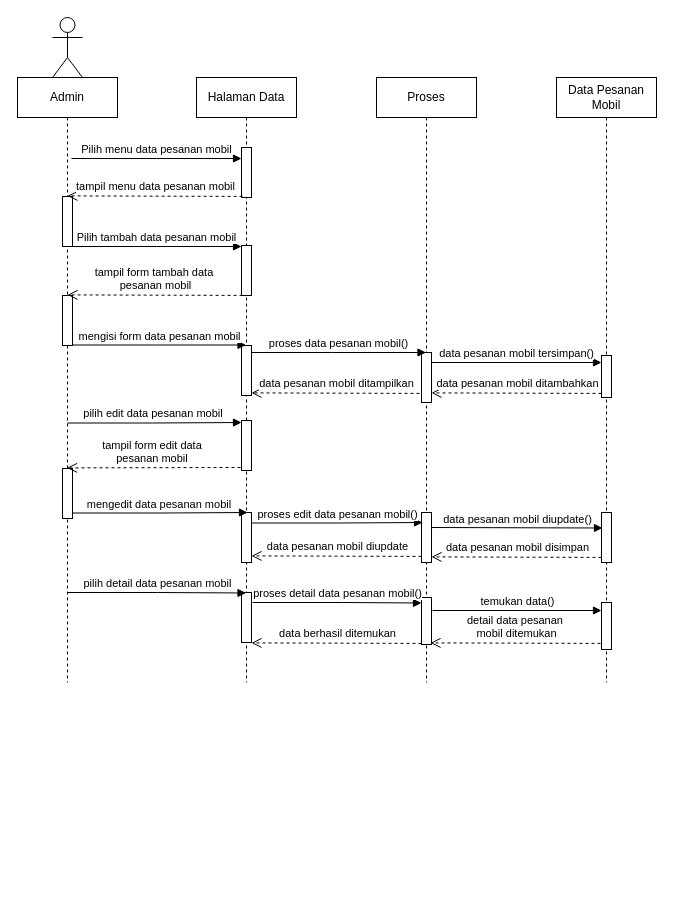
The draw.io diagram page "Mengelola Data Pesanan Mobil" (7 of 8) of Sequence.drawio in AstinaWahyuni/Proyek, before the edit. Source tidied: cells renumbered, new cells numbered last; positions are measured from the earlier drawing's top-left corner, leaving out a move shared by most shapes. Both pictures are drawn from the tidied source at 100%, with x=0, y=0 at pixel (17, 17).
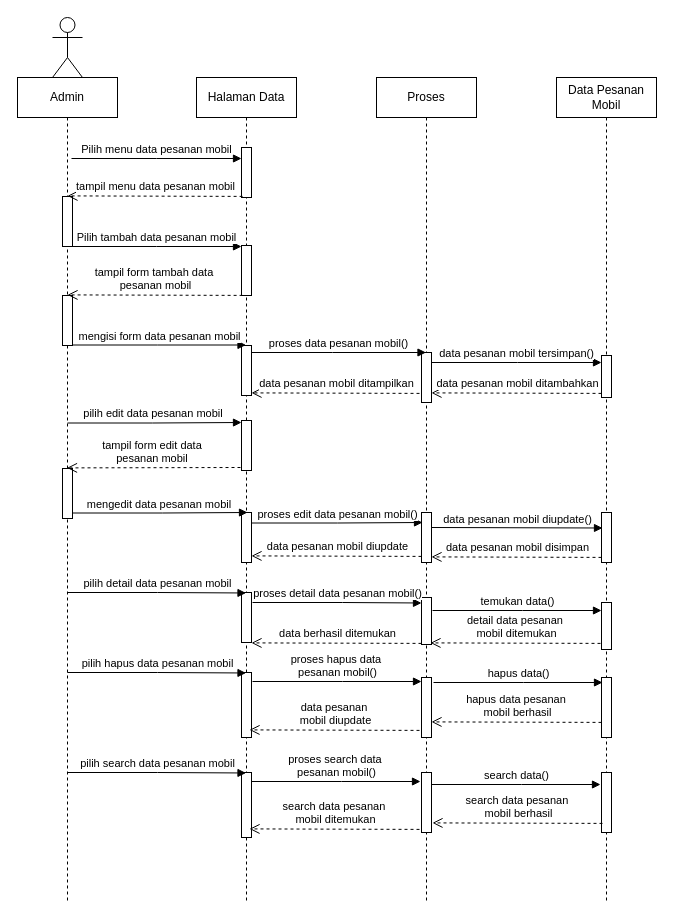
After the change.

Change to the diagram source:
```diff
@@
     <mxCell id="2" value="Halaman Data" style="shape=umlLifeline;perimeter=lifelinePerimeter;whiteSpace=wrap;html=1;outlineConnect=0;portConstraint=eastwest;newEdgeStyle={&quot;edgeStyle&quot;:&quot;elbowEdgeStyle&quot;,&quot;elbow&quot;:&quot;vertical&quot;,&quot;curved&quot;:0,&quot;rounded&quot;:0};" parent="1" vertex="1">
-      <mxGeometry x="179" y="60" width="100" height="605" as="geometry" />
+      <mxGeometry x="179" y="60" width="100" height="825" as="geometry" />
     </mxCell>
@@
+    <mxCell id="43" style="html=1;perimeter=orthogonalPerimeter;targetShapes=umlLifeline;newEdgeStyle={&quot;edgeStyle&quot;:&quot;elbowEdgeStyle&quot;,&quot;elbow&quot;:&quot;vertical&quot;,&quot;curved&quot;:0,&quot;rounded&quot;:0};" parent="2" vertex="1">
+      <mxGeometry x="45" y="595" width="10" height="65" as="geometry" />
+    </mxCell>
+    <mxCell id="44" style="html=1;perimeter=orthogonalPerimeter;targetShapes=umlLifeline;newEdgeStyle={&quot;edgeStyle&quot;:&quot;elbowEdgeStyle&quot;,&quot;elbow&quot;:&quot;vertical&quot;,&quot;curved&quot;:0,&quot;rounded&quot;:0};" parent="2" vertex="1">
+      <mxGeometry x="45" y="695" width="10" height="65" as="geometry" />
+    </mxCell>
     <mxCell id="9" value="Proses" style="shape=umlLifeline;perimeter=lifelinePerimeter;whiteSpace=wrap;html=1;outlineConnect=0;portConstraint=eastwest;newEdgeStyle={&quot;edgeStyle&quot;:&quot;elbowEdgeStyle&quot;,&quot;elbow&quot;:&quot;vertical&quot;,&quot;curved&quot;:0,&quot;rounded&quot;:0};" parent="1" vertex="1">
-      <mxGeometry x="359" y="60" width="100" height="605" as="geometry" />
+      <mxGeometry x="359" y="60" width="100" height="825" as="geometry" />
     </mxCell>
@@
+    <mxCell id="45" style="html=1;perimeter=orthogonalPerimeter;targetShapes=umlLifeline;newEdgeStyle={&quot;edgeStyle&quot;:&quot;elbowEdgeStyle&quot;,&quot;elbow&quot;:&quot;vertical&quot;,&quot;curved&quot;:0,&quot;rounded&quot;:0};" parent="9" vertex="1">
+      <mxGeometry x="45" y="600" width="10" height="60" as="geometry" />
+    </mxCell>
+    <mxCell id="46" style="html=1;perimeter=orthogonalPerimeter;targetShapes=umlLifeline;newEdgeStyle={&quot;edgeStyle&quot;:&quot;elbowEdgeStyle&quot;,&quot;elbow&quot;:&quot;vertical&quot;,&quot;curved&quot;:0,&quot;rounded&quot;:0};" parent="9" vertex="1">
+      <mxGeometry x="45" y="695" width="10" height="60" as="geometry" />
+    </mxCell>
     <mxCell id="13" value="Data Pesanan Mobil" style="shape=umlLifeline;perimeter=lifelinePerimeter;whiteSpace=wrap;html=1;newEdgeStyle={&quot;edgeStyle&quot;:&quot;elbowEdgeStyle&quot;,&quot;elbow&quot;:&quot;vertical&quot;,&quot;curved&quot;:0,&quot;rounded&quot;:0};" parent="1" vertex="1">
-      <mxGeometry x="539" y="60" width="100" height="605" as="geometry" />
+      <mxGeometry x="539" y="60" width="100" height="825" as="geometry" />
     </mxCell>
@@
+    <mxCell id="47" style="html=1;perimeter=orthogonalPerimeter;targetShapes=umlLifeline;newEdgeStyle={&quot;edgeStyle&quot;:&quot;elbowEdgeStyle&quot;,&quot;elbow&quot;:&quot;vertical&quot;,&quot;curved&quot;:0,&quot;rounded&quot;:0};" parent="13" vertex="1">
+      <mxGeometry x="45" y="600" width="10" height="60" as="geometry" />
+    </mxCell>
+    <mxCell id="48" style="html=1;perimeter=orthogonalPerimeter;targetShapes=umlLifeline;newEdgeStyle={&quot;edgeStyle&quot;:&quot;elbowEdgeStyle&quot;,&quot;elbow&quot;:&quot;vertical&quot;,&quot;curved&quot;:0,&quot;rounded&quot;:0};" parent="13" vertex="1">
+      <mxGeometry x="45" y="695" width="10" height="60" as="geometry" />
+    </mxCell>
@@
     <mxCell id="18" value="Admin" style="shape=umlLifeline;perimeter=lifelinePerimeter;whiteSpace=wrap;html=1;outlineConnect=0;portConstraint=eastwest;newEdgeStyle={&quot;edgeStyle&quot;:&quot;elbowEdgeStyle&quot;,&quot;elbow&quot;:&quot;vertical&quot;,&quot;curved&quot;:0,&quot;rounded&quot;:0};" parent="1" vertex="1">
-      <mxGeometry y="60" width="100" height="605" as="geometry" />
+      <mxGeometry y="60" width="100" height="825" as="geometry" />
     </mxCell>
@@
+    <mxCell id="49" value="pilih hapus data pesanan mobil" style="html=1;verticalAlign=bottom;endArrow=block;edgeStyle=elbowEdgeStyle;elbow=horizontal;curved=0;rounded=0;" parent="1" edge="1">
+      <mxGeometry relative="1" as="geometry">
+        <mxPoint x="50" y="655" as="sourcePoint" />
+        <mxPoint x="228.5" y="655.5" as="targetPoint" />
+        <Array as="points">
+          <mxPoint x="140" y="655.5" />
+        </Array>
+      </mxGeometry>
+    </mxCell>
+    <mxCell id="50" value="proses hapus data&amp;nbsp;&lt;div&gt;pesanan&amp;nbsp;mobil()&lt;/div&gt;" style="html=1;verticalAlign=bottom;endArrow=block;edgeStyle=elbowEdgeStyle;elbow=horizontal;curved=0;rounded=0;" parent="1" edge="1">
+      <mxGeometry relative="1" as="geometry">
+        <mxPoint x="235" y="664" as="sourcePoint" />
+        <mxPoint x="404" y="664" as="targetPoint" />
+        <Array as="points">
+          <mxPoint x="325" y="664.5" />
+        </Array>
+      </mxGeometry>
+    </mxCell>
+    <mxCell id="51" value="hapus data()" style="html=1;verticalAlign=bottom;endArrow=block;edgeStyle=elbowEdgeStyle;elbow=horizontal;curved=0;rounded=0;" parent="1" edge="1">
+      <mxGeometry relative="1" as="geometry">
+        <mxPoint x="416" y="665" as="sourcePoint" />
+        <mxPoint x="585" y="665" as="targetPoint" />
+        <Array as="points">
+          <mxPoint x="506" y="665.5" />
+        </Array>
+      </mxGeometry>
+    </mxCell>
+    <mxCell id="52" value="hapus data pesanan&amp;nbsp;&lt;div&gt;mobil&amp;nbsp;berhasil&lt;/div&gt;" style="html=1;verticalAlign=bottom;endArrow=open;dashed=1;endSize=8;edgeStyle=elbowEdgeStyle;elbow=vertical;curved=0;rounded=0;" parent="1" edge="1">
+      <mxGeometry relative="1" as="geometry">
+        <mxPoint x="584" y="704.9" as="sourcePoint" />
+        <mxPoint x="414" y="704" as="targetPoint" />
+        <Array as="points">
+          <mxPoint x="602" y="704.4" />
+        </Array>
+      </mxGeometry>
+    </mxCell>
+    <mxCell id="53" value="data pesanan&amp;nbsp;&lt;div&gt;mobil&amp;nbsp;diupdate&lt;/div&gt;" style="html=1;verticalAlign=bottom;endArrow=open;dashed=1;endSize=8;edgeStyle=elbowEdgeStyle;elbow=vertical;curved=0;rounded=0;" parent="1" edge="1">
+      <mxGeometry relative="1" as="geometry">
+        <mxPoint x="402" y="712.9" as="sourcePoint" />
+        <mxPoint x="232" y="712" as="targetPoint" />
+        <Array as="points">
+          <mxPoint x="420" y="712.4" />
+        </Array>
+      </mxGeometry>
+    </mxCell>
+    <mxCell id="54" value="pilih search data pesanan mobil" style="html=1;verticalAlign=bottom;endArrow=block;edgeStyle=elbowEdgeStyle;elbow=horizontal;curved=0;rounded=0;" parent="1" edge="1">
+      <mxGeometry relative="1" as="geometry">
+        <mxPoint x="50" y="755" as="sourcePoint" />
+        <mxPoint x="228.5" y="755.5" as="targetPoint" />
+        <Array as="points">
+          <mxPoint x="140" y="755.5" />
+        </Array>
+      </mxGeometry>
+    </mxCell>
+    <mxCell id="55" value="proses search&amp;nbsp;data&amp;nbsp;&lt;div&gt;pesanan&amp;nbsp;mobil()&lt;/div&gt;" style="html=1;verticalAlign=bottom;endArrow=block;edgeStyle=elbowEdgeStyle;elbow=horizontal;curved=0;rounded=0;" parent="1" edge="1">
+      <mxGeometry relative="1" as="geometry">
+        <mxPoint x="234" y="764" as="sourcePoint" />
+        <mxPoint x="403" y="764" as="targetPoint" />
+        <Array as="points">
+          <mxPoint x="324" y="764.5" />
+        </Array>
+      </mxGeometry>
+    </mxCell>
+    <mxCell id="56" value="search&amp;nbsp;data pesanan&amp;nbsp;&lt;div&gt;mobil&amp;nbsp;ditemukan&lt;/div&gt;" style="html=1;verticalAlign=bottom;endArrow=open;dashed=1;endSize=8;edgeStyle=elbowEdgeStyle;elbow=vertical;curved=0;rounded=0;" parent="1" edge="1">
+      <mxGeometry relative="1" as="geometry">
+        <mxPoint x="402" y="811.9" as="sourcePoint" />
+        <mxPoint x="232" y="811" as="targetPoint" />
+        <Array as="points">
+          <mxPoint x="420" y="811.4" />
+        </Array>
+      </mxGeometry>
+    </mxCell>
+    <mxCell id="57" value="search&amp;nbsp;data()" style="html=1;verticalAlign=bottom;endArrow=block;edgeStyle=elbowEdgeStyle;elbow=horizontal;curved=0;rounded=0;" parent="1" edge="1">
+      <mxGeometry relative="1" as="geometry">
+        <mxPoint x="414" y="767" as="sourcePoint" />
+        <mxPoint x="583" y="767" as="targetPoint" />
+        <Array as="points">
+          <mxPoint x="504" y="767.5" />
+        </Array>
+      </mxGeometry>
+    </mxCell>
+    <mxCell id="58" value="search&amp;nbsp;data pesanan&amp;nbsp;&lt;div&gt;mobil&amp;nbsp;berhasil&lt;/div&gt;" style="html=1;verticalAlign=bottom;endArrow=open;dashed=1;endSize=8;edgeStyle=elbowEdgeStyle;elbow=vertical;curved=0;rounded=0;" parent="1" edge="1">
+      <mxGeometry relative="1" as="geometry">
+        <mxPoint x="585" y="805.9" as="sourcePoint" />
+        <mxPoint x="415" y="805" as="targetPoint" />
+        <Array as="points">
+          <mxPoint x="603" y="805.4" />
+        </Array>
+      </mxGeometry>
+    </mxCell>
```
